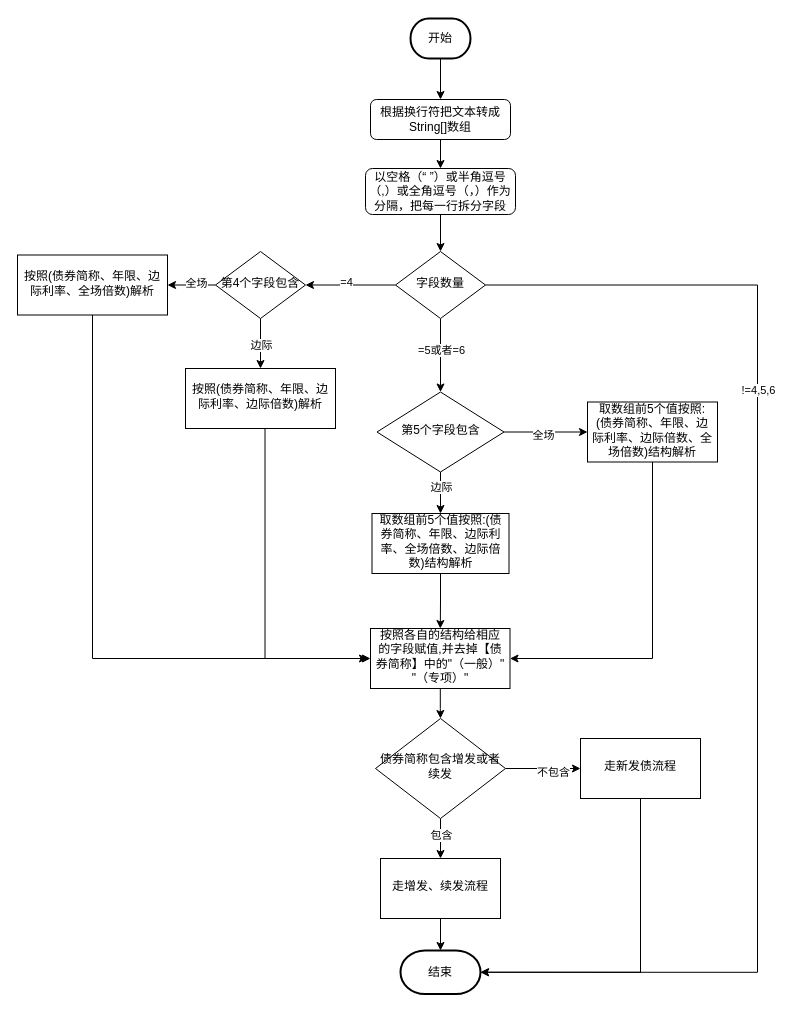
This is 一创荷兰式结构解析流程.drawio from xbluckly/test, a draw.io file, before an edit. Source tidied: cells renumbered, new cells numbered last; positions are measured from the earlier drawing's top-left corner, leaving out a move shared by most shapes. Both pictures are drawn from the tidied source at 100%, with x=0, y=0 at pixel (17, 18).
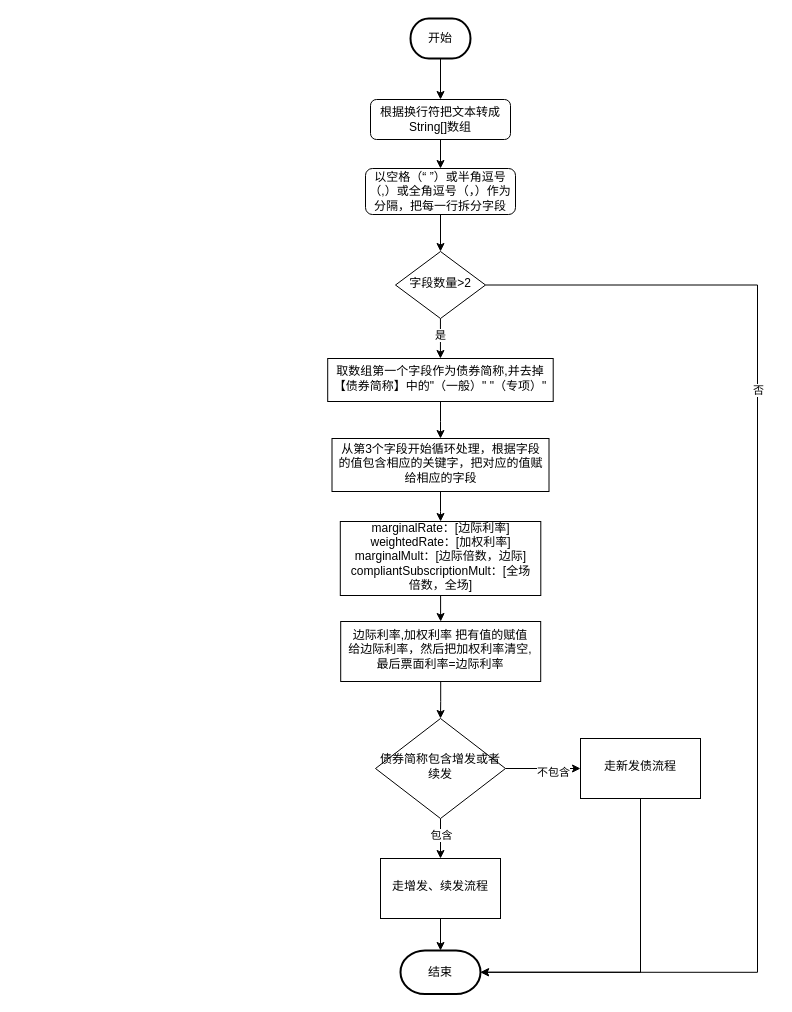
After the change.

Commit message:
更新一创荷兰式结构解析流程.drawio

The change refers to these unchanged cells:
```xml
<mxCell id="2" style="edgeStyle=orthogonalEdgeStyle;rounded=0;jettySize=auto;html=1;entryX=1;entryY=0.5;entryDx=0;entryDy=0;entryPerimeter=0;" parent="1" edge="1" source="8" target="40">
  <mxGeometry relative="1" as="geometry">
    <Array as="points">
      <mxPoint x="740" y="267" />
      <mxPoint x="740" y="954" />
    </Array>
  </mxGeometry>
</mxCell>
<mxCell id="39" value="债券简称包含增发或者续发" style="rhombus;whiteSpace=wrap;html=1;shadow=0;strokeWidth=1;spacing=6;spacingTop=-4;" parent="1" vertex="1">
  <mxGeometry x="358" y="700" width="130" height="100" as="geometry" />
</mxCell>
```

What changed in the source:
```diff
@@
-    <mxCell id="3" value="!=4,5,6" style="edgeLabel;html=1;align=center;verticalAlign=middle;" parent="2" vertex="1">
+    <mxCell id="3" value="否" style="edgeLabel;html=1;align=center;verticalAlign=middle;" parent="2" vertex="1">
       <mxGeometry x="-0.39" relative="1" as="geometry" />
     </mxCell>
-    <mxCell id="4" style="edgeStyle=orthogonalEdgeStyle;rounded=0;jettySize=auto;html=1;" parent="1" edge="1" source="8" target="21">
-      <mxGeometry relative="1" as="geometry" />
-    </mxCell>
-    <mxCell id="5" value="=4" style="edgeLabel;html=1;align=center;verticalAlign=middle;" parent="4" vertex="1">
-      <mxGeometry x="0.12" y="-3" relative="1" as="geometry" />
-    </mxCell>
-    <mxCell id="6" style="edgeStyle=orthogonalEdgeStyle;rounded=0;jettySize=auto;html=1;" parent="1" edge="1" source="8" target="28">
+    <mxCell id="6" style="edgeStyle=orthogonalEdgeStyle;rounded=0;jettySize=auto;html=1;entryX=0.5;entryY=0;entryDx=0;entryDy=0;" parent="1" edge="1" source="8" target="30">
       <mxGeometry relative="1" as="geometry" />
     </mxCell>
-    <mxCell id="7" value="=5或者=6" style="edgeLabel;html=1;align=center;verticalAlign=middle;" parent="6" vertex="1">
+    <mxCell id="7" value="是" style="edgeLabel;html=1;align=center;verticalAlign=middle;" parent="6" vertex="1">
       <mxGeometry x="-0.17" relative="1" as="geometry" />
     </mxCell>
-    <mxCell id="8" value="字段数量" style="rhombus;whiteSpace=wrap;html=1;shadow=0;fontFamily=Helvetica;fontSize=12;align=center;strokeWidth=1;spacing=6;spacingTop=-4;" parent="1" vertex="1">
+    <mxCell id="8" value="字段数量&amp;gt;2" style="rhombus;whiteSpace=wrap;html=1;shadow=0;fontFamily=Helvetica;fontSize=12;align=center;strokeWidth=1;spacing=6;spacingTop=-4;" parent="1" vertex="1">
       <mxGeometry x="378" y="233" width="90" height="67" as="geometry" />
     </mxCell>
@@
-    <mxCell id="15" style="edgeStyle=orthogonalEdgeStyle;rounded=0;jettySize=auto;html=1;exitX=0.5;exitY=1;exitDx=0;exitDy=0;entryX=0;entryY=0.5;entryDx=0;entryDy=0;" parent="1" edge="1" target="34">
-      <mxGeometry relative="1" as="geometry">
-        <mxPoint x="247.5" y="410" as="sourcePoint" />
-        <Array as="points">
-          <mxPoint x="248" y="640" />
-        </Array>
-      </mxGeometry>
-    </mxCell>
-    <mxCell id="16" value="&lt;font&gt;&lt;font&gt;&lt;font&gt;&lt;font&gt;按照(&lt;/font&gt;&lt;span class=&quot;lark-record-clipboard&quot; data-lark-record-data=&quot;{&amp;quot;rootId&amp;quot;:&amp;quot;Aed7douATo9B6cx0R7Rc3emsnXd&amp;quot;,&amp;quot;text&amp;quot;:{&amp;quot;initialAttributedTexts&amp;quot;:{&amp;quot;text&amp;quot;:{&amp;quot;0&amp;quot;:&amp;quot;债券简称、年限、边际利率、边际倍数、全场倍数&amp;quot;},&amp;quot;attribs&amp;quot;:{&amp;quot;0&amp;quot;:&amp;quot;*0+m&amp;quot;}},&amp;quot;apool&amp;quot;:{&amp;quot;numToAttrib&amp;quot;:{&amp;quot;0&amp;quot;:[&amp;quot;author&amp;quot;,&amp;quot;7403194829083705347&amp;quot;]},&amp;quot;nextNum&amp;quot;:1}},&amp;quot;type&amp;quot;:&amp;quot;text&amp;quot;,&amp;quot;referenceRecordMap&amp;quot;:{},&amp;quot;extra&amp;quot;:{&amp;quot;channel&amp;quot;:&amp;quot;saas&amp;quot;,&amp;quot;isEqualBlockSelection&amp;quot;:false,&amp;quot;pasteRandomId&amp;quot;:&amp;quot;bad50544-bbe7-4ff5-9065-9b157c9cde26&amp;quot;,&amp;quot;mention_page_title&amp;quot;:{},&amp;quot;external_mention_url&amp;quot;:{}},&amp;quot;isKeepQuoteContainer&amp;quot;:false,&amp;quot;isFromCode&amp;quot;:false,&amp;quot;selection&amp;quot;:[{&amp;quot;id&amp;quot;:1276,&amp;quot;type&amp;quot;:&amp;quot;text&amp;quot;,&amp;quot;selection&amp;quot;:{&amp;quot;start&amp;quot;:5,&amp;quot;end&amp;quot;:27},&amp;quot;recordId&amp;quot;:&amp;quot;MBuOdx3JgoIW1RxEpJ0cuvZBnpc&amp;quot;}],&amp;quot;payloadMap&amp;quot;:{},&amp;quot;isCut&amp;quot;:false}&quot;&gt;&lt;/span&gt;&lt;span style=&quot;background-color: transparent;&quot;&gt;&lt;font&gt;债券简称、年限、边际利率、边际&lt;/font&gt;&lt;/span&gt;&lt;font&gt;倍数)解析&lt;/font&gt;&lt;/font&gt;&lt;/font&gt;&lt;br&gt;&lt;/font&gt;" style="whiteSpace=wrap;html=1;shadow=0;strokeWidth=1;spacing=6;spacingTop=-4;" parent="1" vertex="1">
-      <mxGeometry x="168" y="350" width="150" height="60" as="geometry" />
-    </mxCell>
-    <mxCell id="17" style="edgeStyle=orthogonalEdgeStyle;rounded=0;jettySize=auto;html=1;" parent="1" edge="1" source="21" target="16">
-      <mxGeometry relative="1" as="geometry" />
-    </mxCell>
-    <mxCell id="18" value="边际" style="edgeLabel;html=1;align=center;verticalAlign=middle;" parent="17" vertex="1">
-      <mxGeometry x="0.05" relative="1" as="geometry" />
-    </mxCell>
-    <mxCell id="19" style="edgeStyle=orthogonalEdgeStyle;rounded=0;jettySize=auto;html=1;" parent="1" edge="1" source="21" target="23">
-      <mxGeometry relative="1" as="geometry" />
-    </mxCell>
-    <mxCell id="20" value="全场" style="edgeLabel;html=1;align=center;verticalAlign=middle;" parent="19" vertex="1">
-      <mxGeometry x="-0.17" y="-2" relative="1" as="geometry" />
-    </mxCell>
-    <mxCell id="21" value="第4个字段包含" style="rhombus;whiteSpace=wrap;html=1;shadow=0;fontFamily=Helvetica;fontSize=12;align=center;strokeWidth=1;spacing=6;spacingTop=-4;" parent="1" vertex="1">
-      <mxGeometry x="198" y="233" width="90" height="67" as="geometry" />
-    </mxCell>
-    <mxCell id="22" style="edgeStyle=orthogonalEdgeStyle;rounded=0;jettySize=auto;html=1;" parent="1" edge="1" source="23">
-      <mxGeometry relative="1" as="geometry">
-        <mxPoint x="350" y="640" as="targetPoint" />
-        <Array as="points">
-          <mxPoint x="75" y="640" />
-        </Array>
-      </mxGeometry>
-    </mxCell>
-    <mxCell id="23" value="&lt;font&gt;&lt;font&gt;&lt;font&gt;&lt;font&gt;按照(&lt;/font&gt;&lt;span class=&quot;lark-record-clipboard&quot; data-lark-record-data=&quot;{&amp;quot;rootId&amp;quot;:&amp;quot;Aed7douATo9B6cx0R7Rc3emsnXd&amp;quot;,&amp;quot;text&amp;quot;:{&amp;quot;initialAttributedTexts&amp;quot;:{&amp;quot;text&amp;quot;:{&amp;quot;0&amp;quot;:&amp;quot;债券简称、年限、边际利率、边际倍数、全场倍数&amp;quot;},&amp;quot;attribs&amp;quot;:{&amp;quot;0&amp;quot;:&amp;quot;*0+m&amp;quot;}},&amp;quot;apool&amp;quot;:{&amp;quot;numToAttrib&amp;quot;:{&amp;quot;0&amp;quot;:[&amp;quot;author&amp;quot;,&amp;quot;7403194829083705347&amp;quot;]},&amp;quot;nextNum&amp;quot;:1}},&amp;quot;type&amp;quot;:&amp;quot;text&amp;quot;,&amp;quot;referenceRecordMap&amp;quot;:{},&amp;quot;extra&amp;quot;:{&amp;quot;channel&amp;quot;:&amp;quot;saas&amp;quot;,&amp;quot;isEqualBlockSelection&amp;quot;:false,&amp;quot;pasteRandomId&amp;quot;:&amp;quot;bad50544-bbe7-4ff5-9065-9b157c9cde26&amp;quot;,&amp;quot;mention_page_title&amp;quot;:{},&amp;quot;external_mention_url&amp;quot;:{}},&amp;quot;isKeepQuoteContainer&amp;quot;:false,&amp;quot;isFromCode&amp;quot;:false,&amp;quot;selection&amp;quot;:[{&amp;quot;id&amp;quot;:1276,&amp;quot;type&amp;quot;:&amp;quot;text&amp;quot;,&amp;quot;selection&amp;quot;:{&amp;quot;start&amp;quot;:5,&amp;quot;end&amp;quot;:27},&amp;quot;recordId&amp;quot;:&amp;quot;MBuOdx3JgoIW1RxEpJ0cuvZBnpc&amp;quot;}],&amp;quot;payloadMap&amp;quot;:{},&amp;quot;isCut&amp;quot;:false}&quot;&gt;&lt;/span&gt;&lt;span style=&quot;background-color: transparent;&quot;&gt;&lt;font&gt;债券简称、年限、边际利率、全场&lt;/font&gt;&lt;/span&gt;&lt;font&gt;倍数)解析&lt;/font&gt;&lt;/font&gt;&lt;/font&gt;&lt;br&gt;&lt;/font&gt;" style="whiteSpace=wrap;html=1;shadow=0;strokeWidth=1;spacing=6;spacingTop=-4;" parent="1" vertex="1">
-      <mxGeometry y="236.5" width="150" height="60" as="geometry" />
-    </mxCell>
-    <mxCell id="24" style="edgeStyle=orthogonalEdgeStyle;rounded=0;jettySize=auto;html=1;" parent="1" edge="1" source="28" target="30">
-      <mxGeometry relative="1" as="geometry" />
-    </mxCell>
-    <mxCell id="25" value="边际" style="edgeLabel;html=1;align=center;verticalAlign=middle;" parent="24" vertex="1">
-      <mxGeometry x="-0.26" y="-1" relative="1" as="geometry">
-        <mxPoint x="1" as="offset" />
-      </mxGeometry>
-    </mxCell>
-    <mxCell id="26" style="edgeStyle=orthogonalEdgeStyle;rounded=0;jettySize=auto;html=1;" parent="1" edge="1" source="28" target="32">
-      <mxGeometry relative="1" as="geometry" />
-    </mxCell>
-    <mxCell id="27" value="全场" style="edgeLabel;html=1;align=center;verticalAlign=middle;" parent="26" vertex="1">
-      <mxGeometry x="-0.1" y="-2" relative="1" as="geometry">
-        <mxPoint x="1" y="1" as="offset" />
-      </mxGeometry>
-    </mxCell>
-    <mxCell id="28" value="&lt;br&gt;&lt;span style=&quot;color: rgb(0, 0, 0); font-family: Helvetica; font-size: 12px; font-style: normal; font-variant-ligatures: normal; font-variant-caps: normal; font-weight: 400; letter-spacing: normal; orphans: 2; text-align: center; text-indent: 0px; text-transform: none; widows: 2; word-spacing: 0px; -webkit-text-stroke-width: 0px; white-space: normal; background-color: rgb(251, 251, 251); text-decoration-thickness: initial; text-decoration-style: initial; text-decoration-color: initial; display: inline !important; float: none;&quot;&gt;第5个字段包含&lt;/span&gt;&lt;div&gt;&lt;br/&gt;&lt;/div&gt;" style="rhombus;whiteSpace=wrap;html=1;shadow=0;strokeWidth=1;spacing=6;spacingTop=-4;" parent="1" vertex="1">
-      <mxGeometry x="359.5" y="373.5" width="127" height="80" as="geometry" />
-    </mxCell>
@@
-    <mxCell id="30" value="取数组前5个值按照:(债券简称、年限、边际利率、全场倍数、边际倍数)结构解析" style="whiteSpace=wrap;html=1;shadow=0;strokeWidth=1;spacing=6;spacingTop=-4;" parent="1" vertex="1">
-      <mxGeometry x="354.5" y="495" width="137" height="60" as="geometry" />
+    <mxCell id="30" value="取数组第一个字段作为债券简称,并去掉【债券简称】中的&quot;（一般）&quot; &quot;（专项）&quot;" style="whiteSpace=wrap;html=1;shadow=0;strokeWidth=1;spacing=6;spacingTop=-4;" parent="1" vertex="1">
+      <mxGeometry x="310.2" y="340" width="225.5" height="43" as="geometry" />
     </mxCell>
-    <mxCell id="31" style="edgeStyle=orthogonalEdgeStyle;rounded=0;jettySize=auto;html=1;entryX=1;entryY=0.5;entryDx=0;entryDy=0;exitX=0.5;exitY=1;exitDx=0;exitDy=0;" parent="1" edge="1" source="32" target="34">
-      <mxGeometry relative="1" as="geometry" />
-    </mxCell>
-    <mxCell id="32" value="取数组前5个值按照:(债券简称、年限、边际利率、边际倍数、全场倍数)结构解析" style="whiteSpace=wrap;html=1;shadow=0;strokeWidth=1;spacing=6;spacingTop=-4;" parent="1" vertex="1">
-      <mxGeometry x="570" y="383.5" width="130" height="60" as="geometry" />
-    </mxCell>
-    <mxCell id="33" style="edgeStyle=orthogonalEdgeStyle;rounded=0;jettySize=auto;html=1;" parent="1" edge="1" source="34" target="39">
-      <mxGeometry relative="1" as="geometry" />
-    </mxCell>
+    <mxCell id="45" style="edgeStyle=orthogonalEdgeStyle;rounded=0;jettySize=auto;html=1;" parent="1" edge="1" source="34" target="47">
+      <mxGeometry relative="1" as="geometry" />
+    </mxCell>
-    <mxCell id="34" value="按照各自的结构给相应的字段赋值,并去掉【债券简称】中的&quot;（一般）&quot; &quot;（专项）&quot;" style="whiteSpace=wrap;html=1;shadow=0;strokeWidth=1;spacing=6;spacingTop=-4;" parent="1" vertex="1">
-      <mxGeometry x="353" y="610" width="139.5" height="60" as="geometry" />
+    <mxCell id="34" value="从第3个字段开始循环处理，根据字段的值包含相应的关键字，把对应的值赋给相应的字段" style="whiteSpace=wrap;html=1;shadow=0;strokeWidth=1;spacing=6;spacingTop=-4;" parent="1" vertex="1">
+      <mxGeometry x="314.5" y="420" width="217" height="53" as="geometry" />
     </mxCell>
@@
+    <mxCell id="46" style="edgeStyle=orthogonalEdgeStyle;rounded=0;jettySize=auto;html=1;" parent="1" edge="1" source="47" target="49">
+      <mxGeometry relative="1" as="geometry" />
+    </mxCell>
+    <mxCell id="47" value="&lt;div&gt;marginalRate：[边际利率]&lt;/div&gt;&lt;div&gt;weightedRate：[加权利率]&lt;/div&gt;&lt;div&gt;marginalMult：[边际倍数，边际]&lt;/div&gt;&lt;div&gt;compliantSubscriptionMult：[全场倍数，全场]&lt;/div&gt;" style="whiteSpace=wrap;html=1;shadow=0;strokeWidth=1;spacing=6;spacingTop=-4;" parent="1" vertex="1">
+      <mxGeometry x="322.8" y="503" width="200.5" height="74" as="geometry" />
+    </mxCell>
+    <mxCell id="48" style="edgeStyle=orthogonalEdgeStyle;rounded=0;jettySize=auto;html=1;" parent="1" edge="1" source="49" target="39">
+      <mxGeometry relative="1" as="geometry" />
+    </mxCell>
+    <mxCell id="49" value="&lt;div&gt;边际利率,加权利率 把有值的赋值&lt;/div&gt;&lt;div&gt;给边际利率，然后把加权利率清空,最后票面利率=边际利率&lt;/div&gt;" style="whiteSpace=wrap;html=1;shadow=0;strokeWidth=1;spacing=6;spacingTop=-4;" parent="1" vertex="1">
+      <mxGeometry x="323.2" y="603" width="200" height="60" as="geometry" />
+    </mxCell>
```
